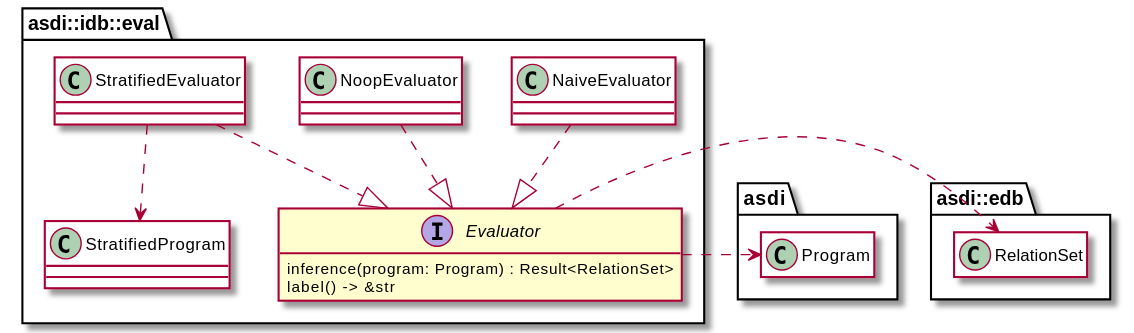
This is book/src/extension/evaluator.svg from johnstonskj/rust-asdi, a PlantUML export, as it was before one commit.
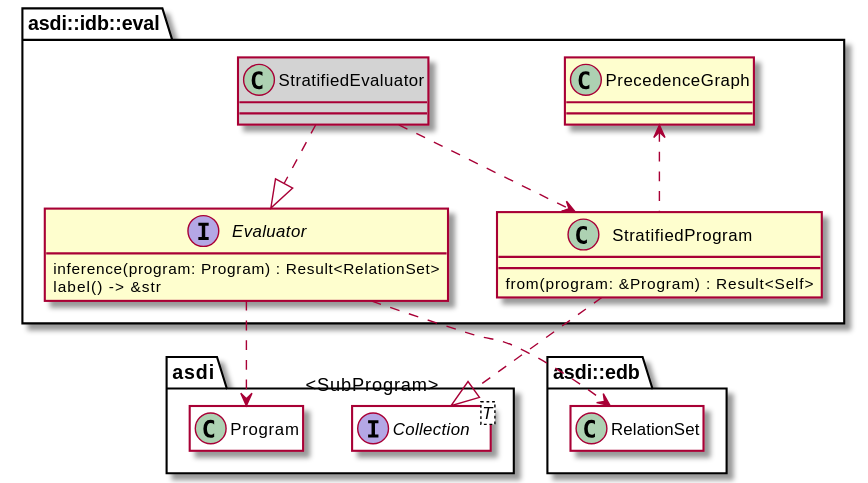
After the change.

The edit, as a diff of the source:
```diff
@@ -1,6 +1,9 @@
 @startuml
 
 !include ../model/options.plantuml
+
+interface asdi::Collection<T> #white
+hide "asdi::Collection" members
 
 class asdi::Program #white
 hide "asdi::Program" members
@@ -14,17 +17,18 @@
         label() -> &str
     }
 
-    class NaiveEvaluator #white
-    class NoopEvaluator #white
-    class StratifiedEvaluator #white
-    class StratifiedProgram #white
+    class StratifiedEvaluator #lightgray
+    class StratifiedProgram {
+        from(program: &Program) : Result<Self>
+    }
 
-    NaiveEvaluator ..|> Evaluator
-    NoopEvaluator ..|> Evaluator
+    StratifiedProgram ..|> "<SubProgram>" asdi::Collection
+    StratifiedProgram .up.> PrecedenceGraph
+
     StratifiedEvaluator ..|> Evaluator
 
-    Evaluator .right.> asdi::Program
-    Evaluator .right.> asdi::edb::RelationSet
+    Evaluator ..> asdi::Program
+    Evaluator ..> asdi::edb::RelationSet
 
 
     StratifiedEvaluator .down.> StratifiedProgram
```
